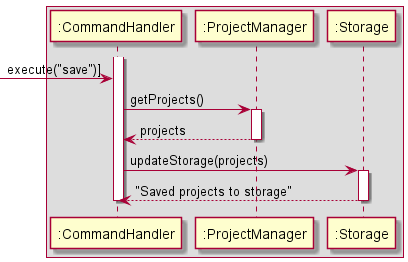
Earlier version of the PlantUML export docs/puml_img/Save.png (s-t-e-f/tp).
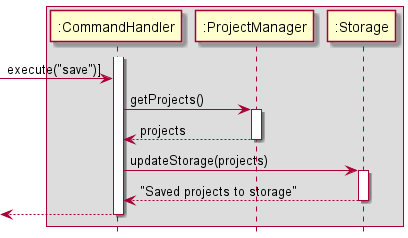
Above is the later version.

The edit, as a diff of the source:
```diff
@@ -1,4 +1,5 @@
 @startuml
+hide footbox
 
 box
 participant ":CommandHandler" as CommandHandler
@@ -20,6 +21,6 @@
 
 Storage --> CommandHandler : "Saved projects to storage"
 deactivate Storage
+[<-- CommandHandler :
 deactivate CommandHandler
-
 @enduml
```
